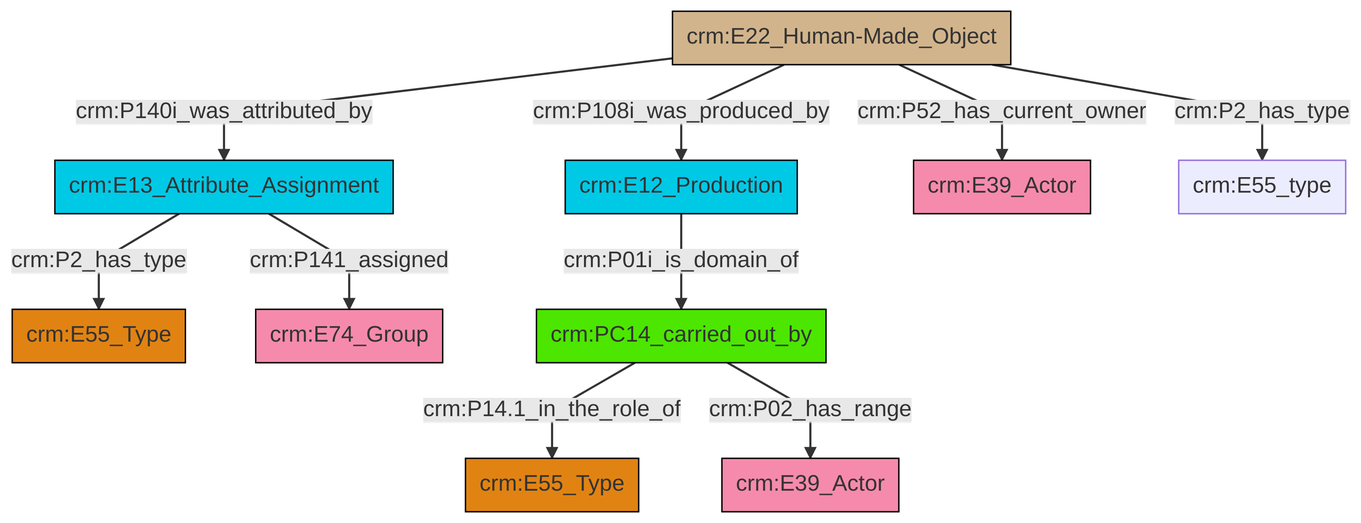
This is et/builtWorkCSV/ttl/mmd/png/Built_Work_actor_relations.png from swiss-art-research-net/docs.swissartresearch, a Mermaid export, as it was before one commit. Its source is kept beside it as et/builtWorkCSV/ttl/mmd/Built_Work_actor_relations.ttl.mmd.
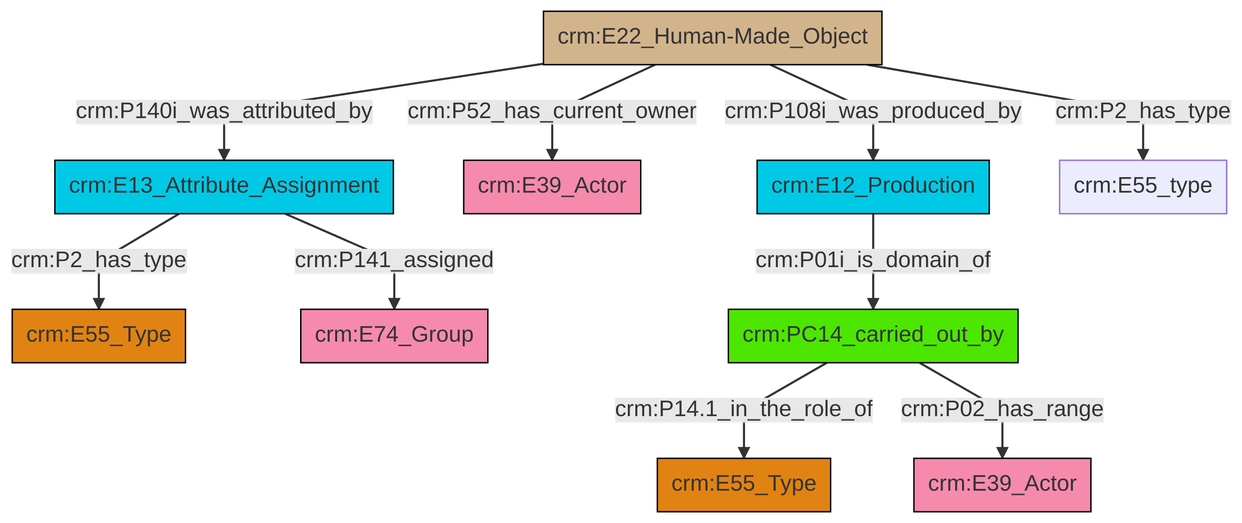
After the change.

Diff of the diagram source:
```diff
@@ -13,12 +13,12 @@
 classDef PC_Classes fill:#4ce600, stroke:#000000;
 classDef Multi fill:#cccccc,stroke:#000000;
 
-2["crm:E13_Attribute_Assignment"]:::Temporal_Entity -->|crm:P2_has_type| 3["crm:E55_Type"]:::Type
-4["crm:E22_Human-Made_Object"]:::Physical_Thing -->|crm:P140i_was_attributed_by| 2["crm:E13_Attribute_Assignment"]:::Temporal_Entity
-2["crm:E13_Attribute_Assignment"]:::Temporal_Entity -->|crm:P141_assigned| 5["crm:E74_Group"]:::Actor
-4["crm:E22_Human-Made_Object"]:::Physical_Thing -->|crm:P108i_was_produced_by| 6["crm:E12_Production"]:::Temporal_Entity
-4["crm:E22_Human-Made_Object"]:::Physical_Thing -->|crm:P52_has_current_owner| 16["crm:E39_Actor"]:::Actor
-4["crm:E22_Human-Made_Object"]:::Physical_Thing -->|crm:P2_has_type| 17["crm:E55_type"]:::Default
-11["crm:PC14_carried_out_by"]:::PC_Classes -->|crm:P14.1_in_the_role_of| 13["crm:E55_Type"]:::Type
-11["crm:PC14_carried_out_by"]:::PC_Classes -->|crm:P02_has_range| 0["crm:E39_Actor"]:::Actor
-6["crm:E12_Production"]:::Temporal_Entity -->|crm:P01i_is_domain_of| 11["crm:PC14_carried_out_by"]:::PC_Classes
+0["crm:E22_Human-Made_Object"]:::Physical_Thing -->|crm:P140i_was_attributed_by| 1["crm:E13_Attribute_Assignment"]:::Temporal_Entity
+1["crm:E13_Attribute_Assignment"]:::Temporal_Entity -->|crm:P2_has_type| 2["crm:E55_Type"]:::Type
+0["crm:E22_Human-Made_Object"]:::Physical_Thing -->|crm:P52_has_current_owner| 3["crm:E39_Actor"]:::Actor
+6["crm:E12_Production"]:::Temporal_Entity -->|crm:P01i_is_domain_of| 7["crm:PC14_carried_out_by"]:::PC_Classes
+1["crm:E13_Attribute_Assignment"]:::Temporal_Entity -->|crm:P141_assigned| 4["crm:E74_Group"]:::Actor
+7["crm:PC14_carried_out_by"]:::PC_Classes -->|crm:P14.1_in_the_role_of| 9["crm:E55_Type"]:::Type
+0["crm:E22_Human-Made_Object"]:::Physical_Thing -->|crm:P2_has_type| 12["crm:E55_type"]:::Default
+0["crm:E22_Human-Made_Object"]:::Physical_Thing -->|crm:P108i_was_produced_by| 6["crm:E12_Production"]:::Temporal_Entity
+7["crm:PC14_carried_out_by"]:::PC_Classes -->|crm:P02_has_range| 10["crm:E39_Actor"]:::Actor
```
